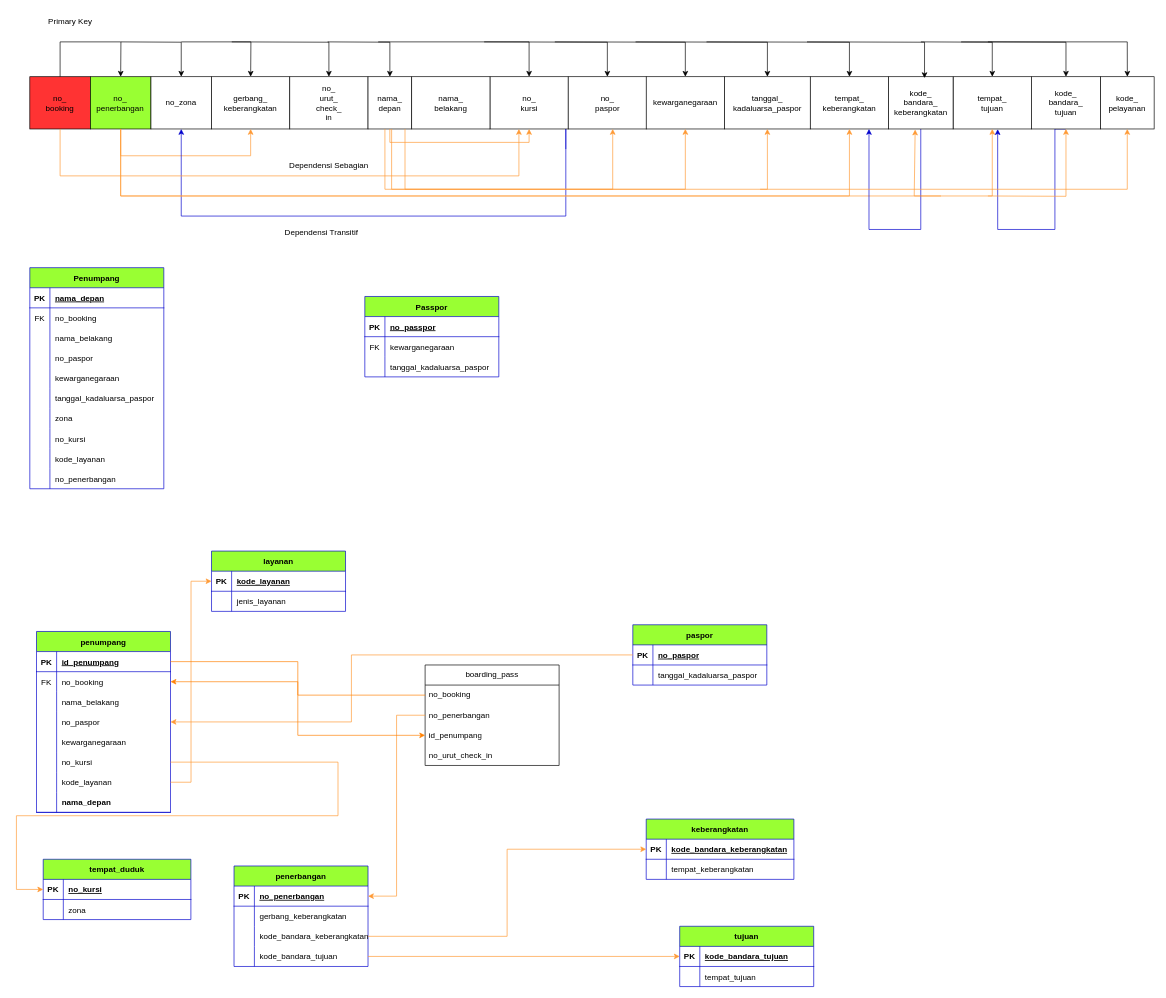
The draw.io diagram page "Page-1" (1 of 3) of ER Diagram/tugas_add.drawio in Edwin-Jaya/Data-Design-Analytics-Project, before the edit. Source tidied: cells renumbered, new cells numbered last; positions are measured from the earlier drawing's top-left corner, leaving out a move shared by most shapes. Both pictures are drawn from the tidied source at 67%, with x=0, y=0 at pixel (16, 11).
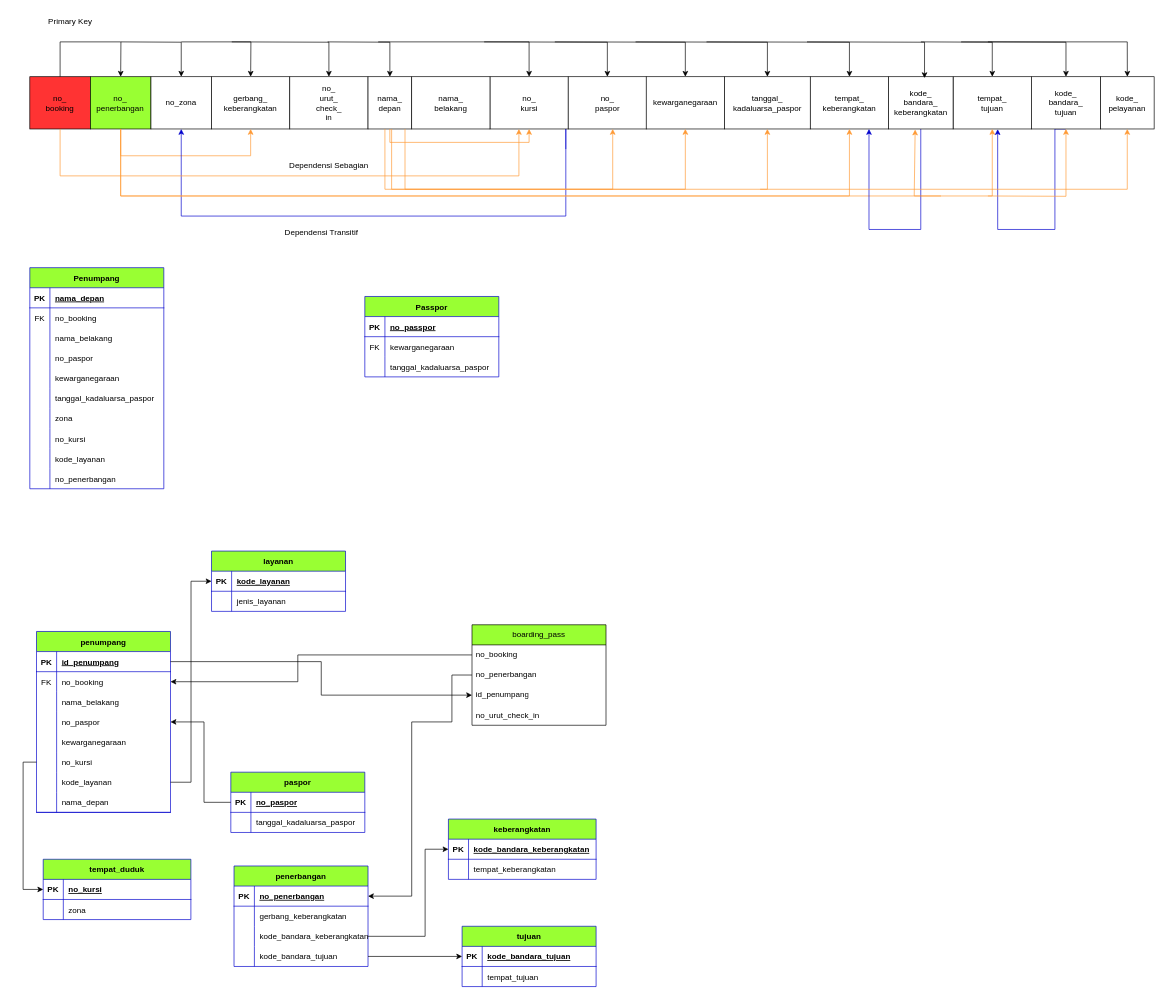
The same page after the edit.

The change refers to these unchanged cells:
```xml
<mxCell id="44" style="shape=tableRow;horizontal=0;startSize=0;swimlaneHead=0;swimlaneBody=0;fillColor=none;points=[[0,0.5],[1,0.5]];portConstraint=eastwest;top=0;left=0;right=0;bottom=1;strokeColor=#0000CC;fontSize=12;" parent="43" vertex="1">
  <mxGeometry y="30" width="200" height="30" as="geometry" />
</mxCell>
<mxCell id="47" style="shape=tableRow;horizontal=0;startSize=0;swimlaneHead=0;swimlaneBody=0;fillColor=none;points=[[0,0.5],[1,0.5]];portConstraint=eastwest;top=0;left=0;right=0;bottom=0;strokeColor=#0000CC;fontSize=12;" parent="43" vertex="1">
  <mxGeometry y="60" width="200" height="30" as="geometry" />
</mxCell>
<mxCell id="53" style="shape=tableRow;horizontal=0;startSize=0;swimlaneHead=0;swimlaneBody=0;fillColor=none;points=[[0,0.5],[1,0.5]];portConstraint=eastwest;top=0;left=0;right=0;bottom=0;strokeColor=#0000CC;fontSize=12;" parent="43" vertex="1">
  <mxGeometry y="120" width="200" height="30" as="geometry" />
</mxCell>
<mxCell id="59" style="shape=tableRow;horizontal=0;startSize=0;swimlaneHead=0;swimlaneBody=0;fillColor=none;points=[[0,0.5],[1,0.5]];portConstraint=eastwest;top=0;left=0;right=0;bottom=0;strokeColor=#0000CC;fontSize=12;" parent="43" vertex="1">
  <mxGeometry y="180" width="200" height="30" as="geometry" />
</mxCell>
<mxCell id="62" style="shape=tableRow;horizontal=0;startSize=0;swimlaneHead=0;swimlaneBody=0;fillColor=none;points=[[0,0.5],[1,0.5]];portConstraint=eastwest;top=0;left=0;right=0;bottom=0;strokeColor=#0000CC;fontSize=12;" parent="43" vertex="1">
  <mxGeometry y="210" width="200" height="30" as="geometry" />
</mxCell>
<mxCell id="65" style="shape=tableRow;horizontal=0;startSize=0;swimlaneHead=0;swimlaneBody=0;fillColor=none;top=0;left=0;right=0;bottom=1;strokeColor=#0000CC;fontSize=12;" parent="43" vertex="1">
  <mxGeometry y="240" width="200" height="30" as="geometry" />
</mxCell>
<mxCell id="69" style="shape=tableRow;horizontal=0;startSize=0;swimlaneHead=0;swimlaneBody=0;fillColor=none;points=[[0,0.5],[1,0.5]];portConstraint=eastwest;top=0;left=0;right=0;bottom=1;strokeColor=#0000CC;fontSize=12;" parent="68" vertex="1">
  <mxGeometry y="30" width="200" height="30" as="geometry" />
</mxCell>
<mxCell id="76" style="shape=tableRow;horizontal=0;startSize=0;swimlaneHead=0;swimlaneBody=0;fillColor=none;points=[[0,0.5],[1,0.5]];portConstraint=eastwest;top=0;left=0;right=0;bottom=1;strokeColor=#0000CC;fontSize=12;" parent="75" vertex="1">
  <mxGeometry y="30" width="220.4" height="30" as="geometry" />
</mxCell>
<mxCell id="83" style="shape=tableRow;horizontal=0;startSize=0;swimlaneHead=0;swimlaneBody=0;fillColor=none;points=[[0,0.5],[1,0.5]];portConstraint=eastwest;top=0;left=0;right=0;bottom=1;strokeColor=#0000CC;fontSize=12;" parent="82" vertex="1">
  <mxGeometry y="30" width="200" height="30" as="geometry" />
</mxCell>
<mxCell id="90" style="shape=tableRow;horizontal=0;startSize=0;swimlaneHead=0;swimlaneBody=0;fillColor=none;points=[[0,0.5],[1,0.5]];portConstraint=eastwest;top=0;left=0;right=0;bottom=1;strokeColor=#0000CC;fontSize=12;" parent="89" vertex="1">
  <mxGeometry y="30" width="200" height="30" as="geometry" />
</mxCell>
<mxCell id="96" style="shape=tableRow;horizontal=0;startSize=0;swimlaneHead=0;swimlaneBody=0;fillColor=none;points=[[0,0.5],[1,0.5]];portConstraint=eastwest;top=0;left=0;right=0;bottom=0;strokeColor=#0000CC;fontSize=12;" parent="89" vertex="1">
  <mxGeometry y="90" width="200" height="30" as="geometry" />
</mxCell>
<mxCell id="99" style="shape=tableRow;horizontal=0;startSize=0;swimlaneHead=0;swimlaneBody=0;fillColor=none;points=[[0,0.5],[1,0.5]];portConstraint=eastwest;top=0;left=0;right=0;bottom=0;strokeColor=#0000CC;fontSize=12;" parent="89" vertex="1">
  <mxGeometry y="120" width="200" height="30" as="geometry" />
</mxCell>
<mxCell id="103" value="no_booking" style="text;strokeColor=none;fillColor=none;align=left;verticalAlign=middle;spacingLeft=4;spacingRight=4;overflow=hidden;points=[[0,0.5],[1,0.5]];portConstraint=eastwest;whiteSpace=wrap;html=1;" parent="102" vertex="1">
  <mxGeometry y="30" width="200" height="30" as="geometry" />
</mxCell>
<mxCell id="104" value="no_penerbangan" style="text;strokeColor=none;fillColor=none;align=left;verticalAlign=middle;spacingLeft=4;spacingRight=4;overflow=hidden;points=[[0,0.5],[1,0.5]];portConstraint=eastwest;whiteSpace=wrap;html=1;" parent="102" vertex="1">
  <mxGeometry y="60" width="200" height="30" as="geometry" />
</mxCell>
<mxCell id="105" value="id_penumpang" style="text;strokeColor=none;fillColor=none;align=left;verticalAlign=middle;spacingLeft=4;spacingRight=4;overflow=hidden;points=[[0,0.5],[1,0.5]];portConstraint=eastwest;whiteSpace=wrap;html=1;" parent="102" vertex="1">
  <mxGeometry y="90" width="200" height="30" as="geometry" />
</mxCell>
<mxCell id="108" style="shape=tableRow;horizontal=0;startSize=0;swimlaneHead=0;swimlaneBody=0;fillColor=none;points=[[0,0.5],[1,0.5]];portConstraint=eastwest;top=0;left=0;right=0;bottom=1;strokeColor=#0000CC;fontSize=12;" parent="107" vertex="1">
  <mxGeometry y="30" width="220.4" height="30" as="geometry" />
</mxCell>
<mxCell id="120" style="shape=tableRow;horizontal=0;startSize=0;swimlaneHead=0;swimlaneBody=0;fillColor=none;points=[[0,0.5],[1,0.5]];portConstraint=eastwest;top=0;left=0;right=0;bottom=1;strokeColor=#0000CC;fontSize=12;" parent="119" vertex="1">
  <mxGeometry y="30" width="200" height="30" as="geometry" />
</mxCell>
```

Diff of the diagram source:
```diff
@@
-    <mxCell id="67" value="nama_depan" style="shape=partialRectangle;fillColor=none;top=0;left=0;bottom=0;right=0;align=left;spacingLeft=6;fontStyle=1;overflow=hidden;strokeColor=#0000CC;fontSize=12;" parent="65" vertex="1">
+    <mxCell id="67" value="nama_depan" style="shape=partialRectangle;fillColor=none;top=0;left=0;bottom=0;right=0;align=left;spacingLeft=6;fontStyle=0;overflow=hidden;strokeColor=#0000CC;fontSize=12;" parent="65" vertex="1">
       <mxGeometry x="30" width="170" height="30" as="geometry" />
     </mxCell>
     <mxCell id="68" value="tujuan" style="shape=table;startSize=30;childLayout=tableLayout;rowLines=0;fontStyle=1;align=center;strokeColor=#0000CC;fontSize=12;fillColor=#99FF33;" parent="1" vertex="1">
-      <mxGeometry x="990" y="1365" width="200" height="90" as="geometry" />
+      <mxGeometry x="665.2" y="1365" width="200" height="90" as="geometry" />
     </mxCell>
@@
     <mxCell id="75" value="keberangkatan" style="shape=table;startSize=30;childLayout=tableLayout;rowLines=0;fontStyle=1;align=center;strokeColor=#0000CC;fontSize=12;fillColor=#99FF33;" parent="1" vertex="1">
-      <mxGeometry x="940" y="1205" width="220.4" height="90" as="geometry" />
+      <mxGeometry x="644.8" y="1205" width="220.4" height="90" as="geometry" />
     </mxCell>
@@
     <mxCell id="82" value="paspor" style="shape=table;startSize=30;childLayout=tableLayout;rowLines=0;fontStyle=1;align=center;strokeColor=#0000CC;fontSize=12;fillColor=#99FF33;" parent="1" vertex="1">
-      <mxGeometry x="920" y="915" width="200" height="90" as="geometry" />
+      <mxGeometry x="320" y="1135" width="200" height="90" as="geometry" />
     </mxCell>
@@
-    <mxCell id="102" value="boarding_pass" style="swimlane;fontStyle=0;horizontal=1;startSize=30;whiteSpace=wrap;html=1;" parent="1" vertex="1">
-      <mxGeometry x="610" y="975" width="200" height="150" as="geometry" />
+    <mxCell id="102" value="boarding_pass" style="swimlane;fontStyle=0;horizontal=1;startSize=30;whiteSpace=wrap;html=1;fillColor=#99FF33;" parent="1" vertex="1">
+      <mxGeometry x="680" y="915" width="200" height="150" as="geometry" />
     </mxCell>
@@
-    <mxCell id="114" style="edgeStyle=orthogonalEdgeStyle;rounded=0;jettySize=auto;html=1;entryX=1;entryY=0.5;entryDx=0;entryDy=0;strokeColor=#FF9933;" parent="1" edge="1" source="104" target="90">
-      <mxGeometry relative="1" as="geometry" />
+    <mxCell id="114" style="edgeStyle=orthogonalEdgeStyle;rounded=0;jettySize=auto;html=1;entryX=1;entryY=0.5;entryDx=0;entryDy=0;strokeColor=#000000;" parent="1" edge="1" source="104" target="90">
+      <mxGeometry relative="1" as="geometry">
+        <Array as="points">
+          <mxPoint x="650" y="990" />
+          <mxPoint x="650" y="1060" />
+          <mxPoint x="590" y="1060" />
+          <mxPoint x="590" y="1320" />
+        </Array>
+      </mxGeometry>
     </mxCell>
-    <mxCell id="115" style="edgeStyle=orthogonalEdgeStyle;rounded=0;jettySize=auto;html=1;exitX=1;exitY=0.5;exitDx=0;exitDy=0;entryX=0;entryY=0.5;entryDx=0;entryDy=0;strokeColor=#FF9933;" parent="1" edge="1" source="59" target="108">
+    <mxCell id="115" style="edgeStyle=orthogonalEdgeStyle;rounded=0;jettySize=auto;html=1;entryX=0;entryY=0.5;entryDx=0;entryDy=0;strokeColor=#000000;" parent="1" edge="1" source="59" target="108">
       <mxGeometry relative="1" as="geometry">
         <Array as="points">
-          <mxPoint x="480" y="1120" />
-          <mxPoint x="480" y="1200" />
-          <mxPoint y="1200" />
-          <mxPoint y="1310" />
+          <mxPoint x="10" y="1120" />
+          <mxPoint x="10" y="1310" />
         </Array>
       </mxGeometry>
     </mxCell>
-    <mxCell id="116" style="edgeStyle=orthogonalEdgeStyle;rounded=0;jettySize=auto;html=1;exitX=0;exitY=0.5;exitDx=0;exitDy=0;entryX=1;entryY=0.5;entryDx=0;entryDy=0;strokeColor=#FF9933;" parent="1" edge="1" source="83" target="53">
+    <mxCell id="116" style="edgeStyle=orthogonalEdgeStyle;rounded=0;jettySize=auto;html=1;exitX=0;exitY=0.5;exitDx=0;exitDy=0;entryX=1;entryY=0.5;entryDx=0;entryDy=0;strokeColor=#000000;" parent="1" edge="1" source="83" target="53">
       <mxGeometry relative="1" as="geometry">
         <Array as="points">
-          <mxPoint x="500" y="960" />
-          <mxPoint x="500" y="1060" />
+          <mxPoint x="280" y="1180" />
+          <mxPoint x="280" y="1060" />
         </Array>
       </mxGeometry>
     </mxCell>
-    <mxCell id="117" style="edgeStyle=orthogonalEdgeStyle;rounded=0;jettySize=auto;html=1;entryX=0;entryY=0.5;entryDx=0;entryDy=0;strokeColor=#FF9933;" parent="1" edge="1" source="99" target="69">
+    <mxCell id="117" style="edgeStyle=orthogonalEdgeStyle;rounded=0;jettySize=auto;html=1;entryX=0;entryY=0.5;entryDx=0;entryDy=0;strokeColor=#000000;" parent="1" edge="1" source="99" target="69">
       <mxGeometry relative="1" as="geometry" />
     </mxCell>
-    <mxCell id="118" style="edgeStyle=orthogonalEdgeStyle;rounded=0;jettySize=auto;html=1;entryX=0;entryY=0.5;entryDx=0;entryDy=0;strokeColor=#FF9933;" parent="1" edge="1" source="96" target="76">
-      <mxGeometry relative="1" as="geometry" />
+    <mxCell id="118" style="edgeStyle=orthogonalEdgeStyle;rounded=0;jettySize=auto;html=1;entryX=0;entryY=0.5;entryDx=0;entryDy=0;strokeColor=#000000;" parent="1" edge="1" source="96" target="76">
+      <mxGeometry relative="1" as="geometry">
+        <Array as="points">
+          <mxPoint x="610" y="1380" />
+          <mxPoint x="610" y="1250" />
+        </Array>
+      </mxGeometry>
     </mxCell>
@@
-    <mxCell id="126" style="edgeStyle=orthogonalEdgeStyle;rounded=0;jettySize=auto;html=1;strokeColor=#FF9933;" parent="1" edge="1" source="62" target="120">
+    <mxCell id="126" style="edgeStyle=orthogonalEdgeStyle;rounded=0;jettySize=auto;html=1;strokeColor=#000000;" parent="1" edge="1" source="62" target="120">
       <mxGeometry relative="1" as="geometry" />
     </mxCell>
@@
-    <mxCell id="176" style="edgeStyle=orthogonalEdgeStyle;rounded=0;jettySize=auto;html=1;exitX=1;exitY=0.5;exitDx=0;exitDy=0;entryX=0;entryY=0.5;entryDx=0;entryDy=0;strokeColor=#FF8000;" parent="1" edge="1" source="44" target="105">
+    <mxCell id="176" style="edgeStyle=orthogonalEdgeStyle;rounded=0;jettySize=auto;html=1;exitX=1;exitY=0.5;exitDx=0;exitDy=0;entryX=0;entryY=0.5;entryDx=0;entryDy=0;strokeColor=#000000;" parent="1" edge="1" source="44" target="105">
       <mxGeometry relative="1" as="geometry" />
     </mxCell>
-    <mxCell id="177" style="edgeStyle=orthogonalEdgeStyle;rounded=0;jettySize=auto;html=1;exitX=0;exitY=0.5;exitDx=0;exitDy=0;entryX=1;entryY=0.5;entryDx=0;entryDy=0;strokeColor=#FF8000;" parent="1" edge="1" source="103" target="47">
-      <mxGeometry relative="1" as="geometry" />
+    <mxCell id="177" style="edgeStyle=orthogonalEdgeStyle;rounded=0;jettySize=auto;html=1;exitX=0;exitY=0.5;exitDx=0;exitDy=0;entryX=1;entryY=0.5;entryDx=0;entryDy=0;strokeColor=#000000;" parent="1" edge="1" source="103" target="47">
+      <mxGeometry relative="1" as="geometry">
+        <Array as="points">
+          <mxPoint x="420" y="960" />
+          <mxPoint x="420" y="1000" />
+        </Array>
+      </mxGeometry>
     </mxCell>
```
